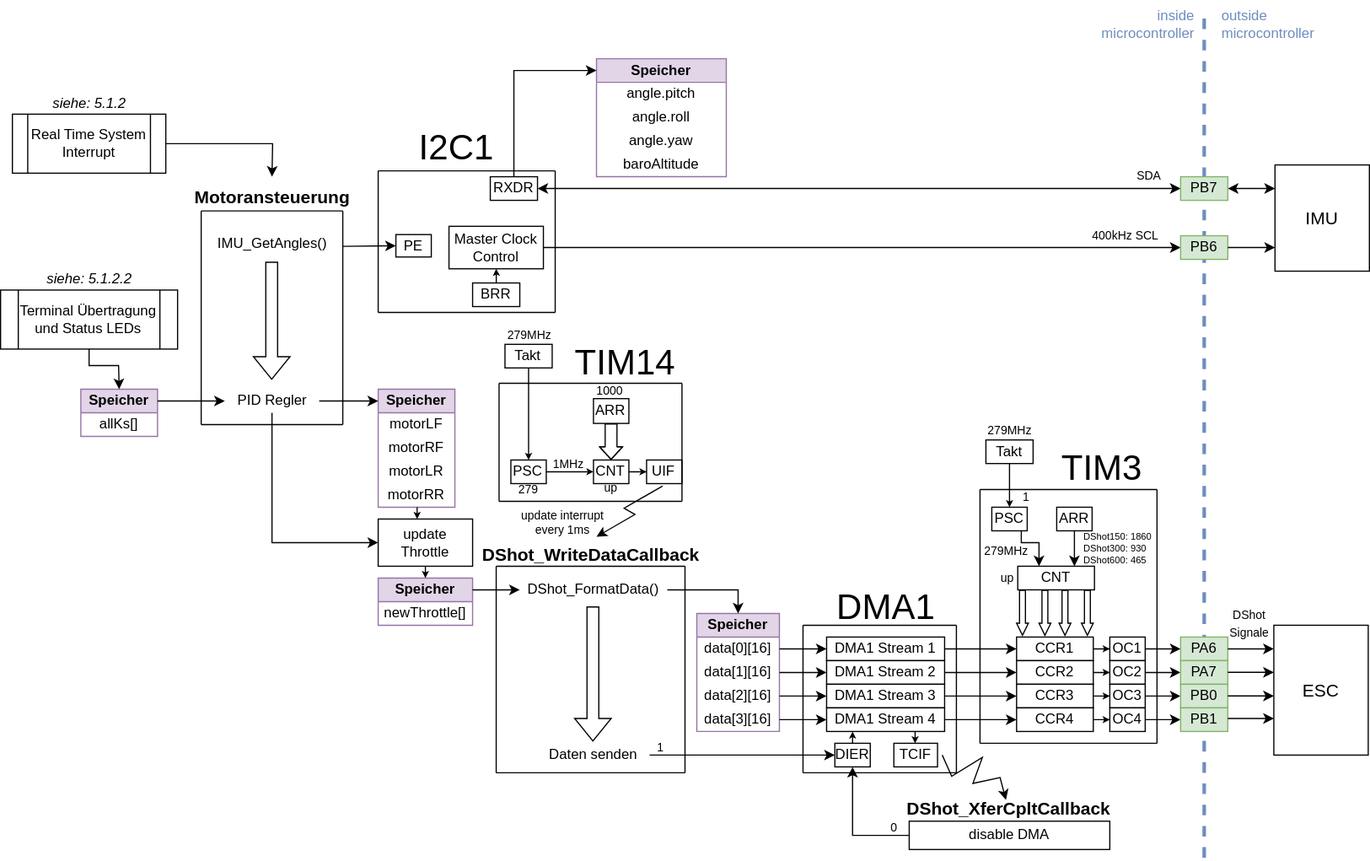
FrogMoment/FPV_Drohne_202324 keeps this draw.io diagram as Dokumentation/Bilder/Softwarearchitektur/Softwarearchitektur-Motoransteuerung.drawio.svg. Above is the earlier version. Source tidied: cells renumbered, new cells last; positions are measured from the earlier drawing's top-left corner, leaving out a move shared by most shapes.
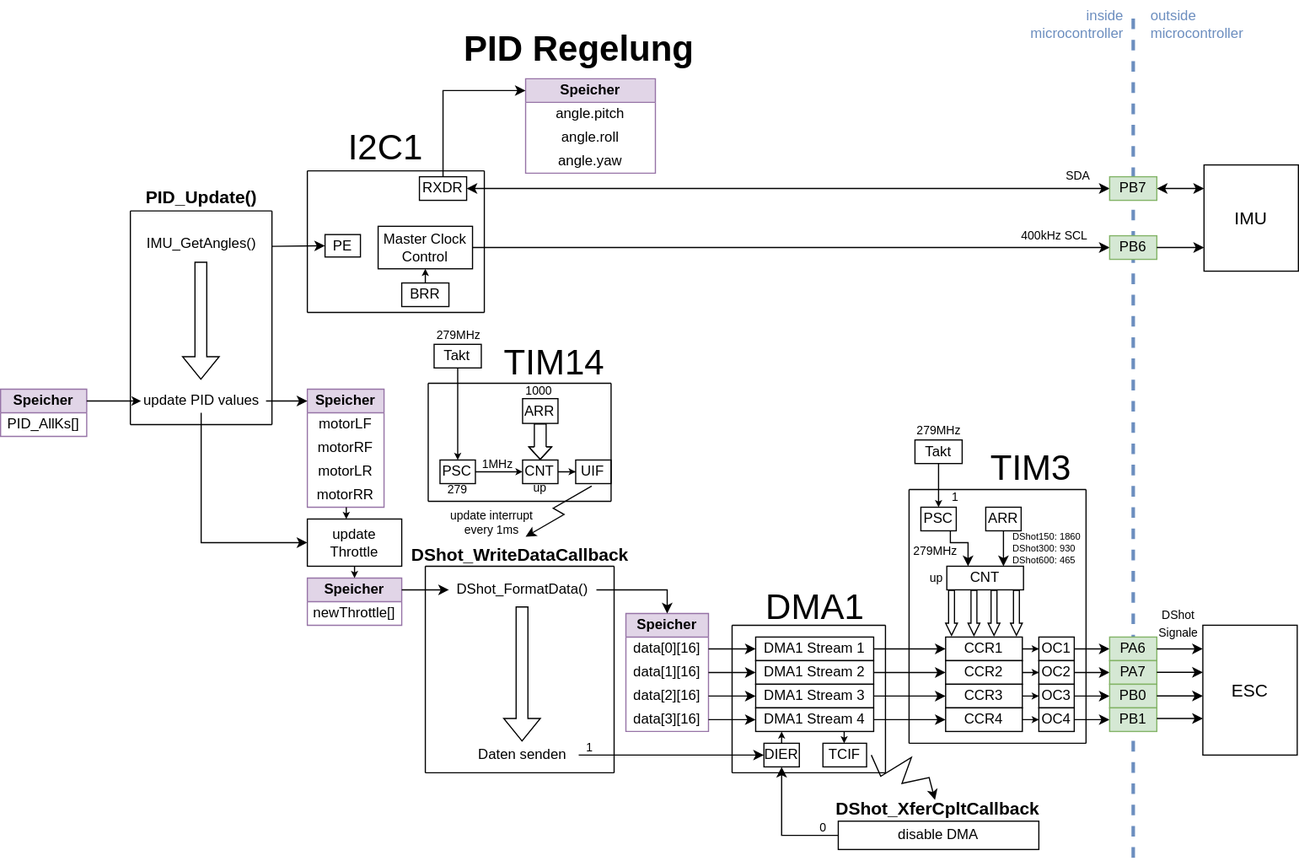
Later version of the same file.

Diff of the diagram source:
```diff
@@ -5,8 +5,8 @@
     <mxCell id="2" value="IMU_GetAngles()" style="text;html=1;align=center;verticalAlign=middle;strokeColor=none;fillColor=none;" parent="1" vertex="1">
       <mxGeometry x="170" y="191" width="120" height="30" as="geometry" />
     </mxCell>
-    <mxCell id="3" value="&lt;font style=&quot;font-size: 15px;&quot;&gt;&lt;b&gt;Motoransteuerung&lt;/b&gt;&lt;/font&gt;" style="text;html=1;align=center;verticalAlign=middle;strokeColor=none;fillColor=none;" parent="1" vertex="1">
-      <mxGeometry x="150" y="151" width="160" height="30" as="geometry" />
+    <mxCell id="3" value="&lt;font style=&quot;font-size: 15px;&quot;&gt;&lt;b&gt;PID_Update()&lt;/b&gt;&lt;/font&gt;" style="text;html=1;align=center;verticalAlign=middle;strokeColor=none;fillColor=none;" parent="1" vertex="1">
+      <mxGeometry x="170" y="151" width="120" height="30" as="geometry" />
     </mxCell>
     <mxCell id="4" style="endArrow=none;html=1;rounded=0;" parent="1" edge="1">
       <mxGeometry relative="1" as="geometry">
@@ -72,17 +72,6 @@
     <mxCell id="16" value="&lt;font style=&quot;font-size: 30px;&quot;&gt;I2C1&lt;/font&gt;" style="text;html=1;align=center;verticalAlign=middle;strokeColor=none;fillColor=none;" parent="1" vertex="1">
       <mxGeometry x="341" y="99" width="90" height="50" as="geometry" />
     </mxCell>
-    <mxCell id="17" style="edgeStyle=orthogonalEdgeStyle;rounded=0;jettySize=auto;html=1;exitX=1;exitY=0.5;exitDx=0;exitDy=0;" parent="1" edge="1" source="18">
-      <mxGeometry relative="1" as="geometry">
-        <mxPoint x="230" y="149" as="targetPoint" />
-      </mxGeometry>
-    </mxCell>
-    <mxCell id="18" value="Real Time System&lt;br&gt;Interrupt" style="shape=process;whiteSpace=wrap;html=1;backgroundOutline=1;" parent="1" vertex="1">
-      <mxGeometry x="10" y="96" width="130" height="50" as="geometry" />
-    </mxCell>
-    <mxCell id="19" value="&lt;i&gt;siehe: 5.1.2&lt;/i&gt;" style="text;html=1;align=center;verticalAlign=middle;strokeColor=none;fillColor=none;" parent="1" vertex="1">
-      <mxGeometry x="30" y="72" width="90" height="30" as="geometry" />
-    </mxCell>
     <mxCell id="20" style="edgeStyle=orthogonalEdgeStyle;rounded=0;jettySize=auto;html=1;entryX=0;entryY=0.5;entryDx=0;entryDy=0;startArrow=classic;startFill=1;" parent="1" edge="1" source="21" target="35">
       <mxGeometry relative="1" as="geometry">
         <Array as="points">
@@ -119,7 +108,7 @@
       <mxGeometry x="953" y="132.5" width="40" height="30" as="geometry" />
     </mxCell>
     <mxCell id="29" value="&lt;b&gt;Speicher&lt;/b&gt;" style="swimlane;fontStyle=0;horizontal=1;startSize=20;whiteSpace=wrap;html=1;fillColor=#e1d5e7;strokeColor=#9673a6;" parent="1" vertex="1">
-      <mxGeometry x="505" y="49" width="110" height="100" as="geometry" />
+      <mxGeometry x="505" y="66" width="110" height="80" as="geometry" />
     </mxCell>
     <mxCell id="30" value="&lt;font style=&quot;font-size: 12px;&quot;&gt;angle.pitch&lt;/font&gt;" style="text;strokeColor=none;fillColor=none;align=center;verticalAlign=middle;spacingLeft=4;spacingRight=4;overflow=hidden;whiteSpace=wrap;html=1;" parent="29" vertex="1">
       <mxGeometry y="20" width="110" height="20" as="geometry" />
@@ -130,9 +119,6 @@
     <mxCell id="32" value="angle.yaw" style="text;strokeColor=none;fillColor=none;align=center;verticalAlign=middle;spacingLeft=4;spacingRight=4;overflow=hidden;whiteSpace=wrap;html=1;" parent="29" vertex="1">
       <mxGeometry y="60" width="110" height="20" as="geometry" />
     </mxCell>
-    <mxCell id="33" value="baroAltitude" style="text;strokeColor=none;fillColor=none;align=center;verticalAlign=middle;spacingLeft=4;spacingRight=4;overflow=hidden;whiteSpace=wrap;html=1;" parent="29" vertex="1">
-      <mxGeometry y="80" width="110" height="20" as="geometry" />
-    </mxCell>
     <mxCell id="34" style="edgeStyle=orthogonalEdgeStyle;rounded=0;jettySize=auto;html=1;startArrow=classic;startFill=1;" parent="1" edge="1" source="35">
       <mxGeometry relative="1" as="geometry">
         <mxPoint x="1080" y="159" as="targetPoint" />
@@ -148,9 +134,9 @@
     </mxCell>
     <mxCell id="37" style="endArrow=classic;html=1;rounded=0;exitX=0.5;exitY=0;exitDx=0;exitDy=0;" parent="1" edge="1" source="21">
       <mxGeometry relative="1" as="geometry">
-        <mxPoint x="505" y="59" as="targetPoint" />
+        <mxPoint x="505" y="76" as="targetPoint" />
         <Array as="points">
-          <mxPoint x="435" y="59" />
+          <mxPoint x="435" y="76" />
         </Array>
       </mxGeometry>
     </mxCell>
@@ -160,14 +146,14 @@
         <mxPoint x="229.8" y="321" as="targetPoint" />
       </mxGeometry>
     </mxCell>
-    <mxCell id="39" value="PID Regler" style="text;html=1;align=center;verticalAlign=middle;strokeColor=none;fillColor=none;" parent="1" vertex="1">
-      <mxGeometry x="190" y="324" width="80" height="30" as="geometry" />
+    <mxCell id="39" value="update PID values" style="text;html=1;align=center;verticalAlign=middle;strokeColor=none;fillColor=none;" parent="1" vertex="1">
+      <mxGeometry x="170" y="324" width="120" height="30" as="geometry" />
     </mxCell>
     <mxCell id="40" value="&lt;b&gt;Speicher&lt;/b&gt;" style="swimlane;fontStyle=0;horizontal=1;startSize=20;whiteSpace=wrap;html=1;fillColor=#e1d5e7;strokeColor=#9673a6;" parent="1" vertex="1">
-      <mxGeometry x="68" y="329" width="65" height="40" as="geometry" />
+      <mxGeometry x="60" y="329" width="73" height="40" as="geometry" />
     </mxCell>
-    <mxCell id="41" value="&lt;font style=&quot;font-size: 12px;&quot;&gt;allKs[]&lt;/font&gt;" style="text;strokeColor=none;fillColor=none;align=center;verticalAlign=middle;spacingLeft=4;spacingRight=4;overflow=hidden;whiteSpace=wrap;html=1;" parent="40" vertex="1">
-      <mxGeometry y="20" width="65" height="20" as="geometry" />
+    <mxCell id="41" value="&lt;font style=&quot;font-size: 12px;&quot;&gt;PID_AllKs[]&lt;/font&gt;" style="text;strokeColor=none;fillColor=none;align=center;verticalAlign=middle;spacingLeft=4;spacingRight=4;overflow=hidden;whiteSpace=wrap;html=1;" parent="40" vertex="1">
+      <mxGeometry y="20" width="73" height="20" as="geometry" />
     </mxCell>
     <mxCell id="42" style="endArrow=none;html=1;rounded=0;" parent="1" edge="1">
       <mxGeometry relative="1" as="geometry">
@@ -175,17 +161,11 @@
         <mxPoint x="170" y="178" as="targetPoint" />
       </mxGeometry>
     </mxCell>
-    <mxCell id="43" style="endArrow=classic;html=1;rounded=0;exitX=1;exitY=0.25;exitDx=0;exitDy=0;" parent="1" edge="1" source="40">
+    <mxCell id="43" style="endArrow=classic;html=1;rounded=0;exitX=1;exitY=0.25;exitDx=0;exitDy=0;endSize=5;" parent="1" edge="1" source="40">
       <mxGeometry relative="1" as="geometry">
-        <mxPoint x="190" y="339" as="targetPoint" />
+        <mxPoint x="179" y="339" as="targetPoint" />
       </mxGeometry>
     </mxCell>
-    <mxCell id="44" value="Terminal Übertragung&lt;br&gt;und Status LEDs" style="shape=process;whiteSpace=wrap;html=1;backgroundOutline=1;" parent="1" vertex="1">
-      <mxGeometry y="245" width="150" height="50" as="geometry" />
-    </mxCell>
-    <mxCell id="45" value="&lt;i&gt;siehe: 5.1.2.2&lt;/i&gt;" style="text;html=1;align=center;verticalAlign=middle;strokeColor=none;fillColor=none;" parent="1" vertex="1">
-      <mxGeometry x="25" y="221" width="100" height="30" as="geometry" />
-    </mxCell>
     <mxCell id="46" value="&lt;b&gt;Speicher&lt;/b&gt;" style="swimlane;fontStyle=0;horizontal=1;startSize=20;whiteSpace=wrap;html=1;fillColor=#e1d5e7;strokeColor=#9673a6;" parent="1" vertex="1">
       <mxGeometry x="320" y="329" width="65" height="100" as="geometry" />
     </mxCell>
@@ -203,7 +183,7 @@
     </mxCell>
     <mxCell id="51" style="endArrow=classic;html=1;rounded=0;" parent="1" edge="1">
       <mxGeometry relative="1" as="geometry">
-        <mxPoint x="270" y="339" as="sourcePoint" />
+        <mxPoint x="285" y="339" as="sourcePoint" />
         <mxPoint x="320" y="339" as="targetPoint" />
       </mxGeometry>
     </mxCell>
@@ -568,14 +548,6 @@
         </Array>
       </mxGeometry>
     </mxCell>
-    <mxCell id="145" style="endArrow=classic;html=1;rounded=0;entryX=0.5;entryY=0;entryDx=0;entryDy=0;exitX=0.5;exitY=1;exitDx=0;exitDy=0;" parent="1" edge="1" source="44" target="40">
-      <mxGeometry relative="1" as="geometry">
-        <Array as="points">
-          <mxPoint x="75" y="309" />
-          <mxPoint x="100" y="309" />
-        </Array>
-      </mxGeometry>
-    </mxCell>
     <mxCell id="146" style="endArrow=classic;html=1;rounded=0;" parent="1" edge="1">
       <mxGeometry relative="1" as="geometry">
         <mxPoint x="865" y="449" as="sourcePoint" />
@@ -706,5 +678,8 @@
     <mxCell id="172" value="&lt;font style=&quot;font-size: 10px;&quot;&gt;1&lt;/font&gt;" style="text;html=1;align=center;verticalAlign=middle;strokeColor=none;fillColor=none;" parent="1" vertex="1">
       <mxGeometry x="544" y="617" width="30" height="30" as="geometry" />
     </mxCell>
+    <mxCell id="173" value="&lt;b&gt;&lt;font style=&quot;font-size: 30px;&quot;&gt;PID Regelung&lt;/font&gt;&lt;/b&gt;" style="text;html=1;align=center;verticalAlign=middle;strokeColor=none;fillColor=none;" parent="1" vertex="1">
+      <mxGeometry x="440" y="15" width="220" height="50" as="geometry" />
+    </mxCell>
   </root>
 </mxGraphModel>
```
